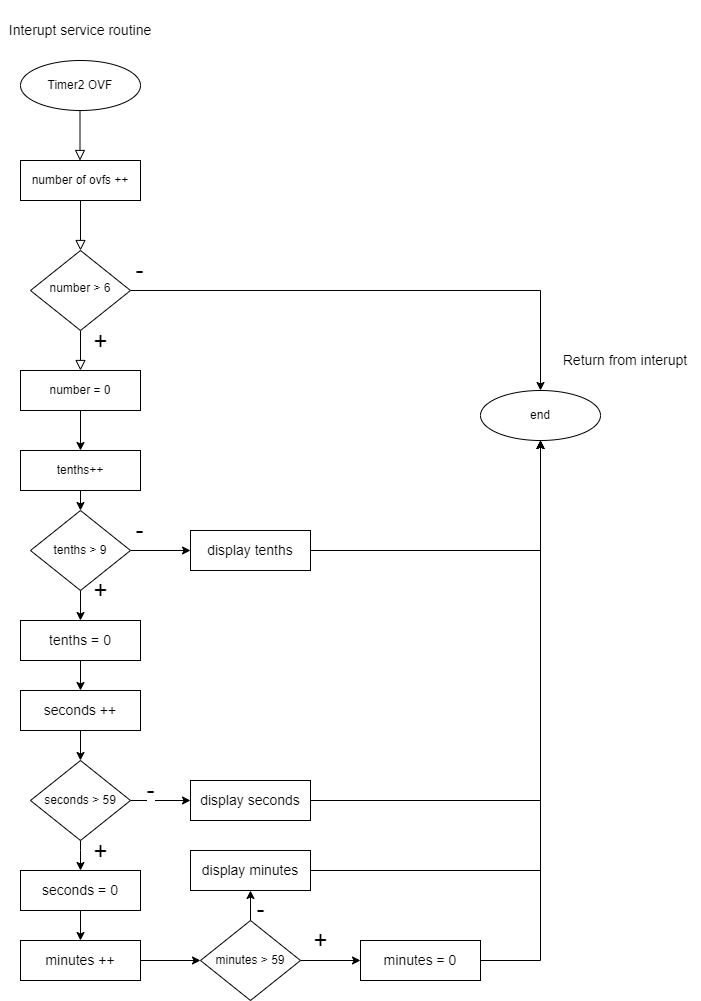
Before: lab4-lcd/test/VyvojovyDiagram.drawio.png, a diagram exported from draw.io (patrikhor/digital-electronics-2). Source tidied: cells renumbered, new cells last; positions are measured from the earlier drawing's top-left corner, leaving out a move shared by most shapes. Source of this version:
```xml
<mxGraphModel>
  <root>
    <mxCell id="0" />
    <mxCell id="1" parent="0" />
    <mxCell id="2" style="rounded=0;html=1;jettySize=auto;fontSize=11;endArrow=block;endFill=0;endSize=8;strokeWidth=1;shadow=0;labelBackgroundColor=none;edgeStyle=orthogonalEdgeStyle;" parent="1" edge="1" target="5">
      <mxGeometry relative="1" as="geometry">
        <mxPoint x="80" y="200" as="sourcePoint" />
      </mxGeometry>
    </mxCell>
    <mxCell id="3" value="&lt;font style=&quot;font-size: 24px;&quot;&gt;+&lt;/font&gt;" style="rounded=0;html=1;jettySize=auto;fontSize=11;endArrow=block;endFill=0;endSize=8;strokeWidth=1;shadow=0;labelBackgroundColor=none;edgeStyle=orthogonalEdgeStyle;" parent="1" edge="1" source="5">
      <mxGeometry x="-0.5" y="20" relative="1" as="geometry">
        <mxPoint x="80" y="370" as="targetPoint" />
      </mxGeometry>
    </mxCell>
    <mxCell id="4" value="&lt;font style=&quot;font-size: 24px;&quot;&gt;-&lt;/font&gt;" style="edgeStyle=orthogonalEdgeStyle;rounded=0;jettySize=auto;html=1;exitX=1;exitY=0.5;exitDx=0;exitDy=0;entryX=0.5;entryY=0;entryDx=0;entryDy=0;fontSize=14;" parent="1" edge="1" source="5" target="9">
      <mxGeometry x="-0.96" y="20" relative="1" as="geometry" />
    </mxCell>
    <mxCell id="5" value="number &amp;gt; 6" style="rhombus;whiteSpace=wrap;html=1;shadow=0;fontFamily=Helvetica;fontSize=12;align=center;strokeWidth=1;spacing=6;spacingTop=-4;" parent="1" vertex="1">
      <mxGeometry x="30" y="250" width="100" height="80" as="geometry" />
    </mxCell>
    <mxCell id="6" value="Timer2 OVF" style="ellipse;whiteSpace=wrap;html=1;" parent="1" vertex="1">
      <mxGeometry x="20" y="60" width="120" height="50" as="geometry" />
    </mxCell>
    <mxCell id="7" style="rounded=0;html=1;jettySize=auto;orthogonalLoop=1;fontSize=11;endArrow=block;endFill=0;endSize=8;strokeWidth=1;shadow=0;labelBackgroundColor=none;edgeStyle=orthogonalEdgeStyle;" parent="1" edge="1">
      <mxGeometry relative="1" as="geometry">
        <mxPoint x="79.5" y="110" as="sourcePoint" />
        <mxPoint x="79.5" y="160" as="targetPoint" />
      </mxGeometry>
    </mxCell>
    <mxCell id="8" value="number of ovfs ++" style="rounded=0;whiteSpace=wrap;html=1;" parent="1" vertex="1">
      <mxGeometry x="20" y="160" width="120" height="40" as="geometry" />
    </mxCell>
    <mxCell id="9" value="end" style="ellipse;whiteSpace=wrap;html=1;" parent="1" vertex="1">
      <mxGeometry x="480" y="390" width="120" height="50" as="geometry" />
    </mxCell>
    <mxCell id="10" style="edgeStyle=orthogonalEdgeStyle;rounded=0;jettySize=auto;html=1;exitX=0.5;exitY=1;exitDx=0;exitDy=0;entryX=0.5;entryY=0;entryDx=0;entryDy=0;" parent="1" edge="1" source="11" target="13">
      <mxGeometry relative="1" as="geometry" />
    </mxCell>
    <mxCell id="11" value="number = 0" style="rounded=0;whiteSpace=wrap;html=1;" parent="1" vertex="1">
      <mxGeometry x="20" y="370" width="120" height="40" as="geometry" />
    </mxCell>
    <mxCell id="12" style="edgeStyle=orthogonalEdgeStyle;rounded=0;jettySize=auto;html=1;exitX=0.5;exitY=1;exitDx=0;exitDy=0;" parent="1" edge="1" source="13">
      <mxGeometry relative="1" as="geometry">
        <mxPoint x="80" y="510" as="targetPoint" />
      </mxGeometry>
    </mxCell>
    <mxCell id="13" value="tenths++" style="rounded=0;whiteSpace=wrap;html=1;" parent="1" vertex="1">
      <mxGeometry x="20" y="450" width="120" height="40" as="geometry" />
    </mxCell>
    <mxCell id="14" value="&lt;font style=&quot;font-size: 24px;&quot;&gt;+&lt;/font&gt;" style="edgeStyle=orthogonalEdgeStyle;rounded=0;jettySize=auto;html=1;exitX=0.5;exitY=1;exitDx=0;exitDy=0;entryX=0.5;entryY=0;entryDx=0;entryDy=0;fontSize=14;" parent="1" edge="1" source="16" target="18">
      <mxGeometry x="-1" y="20" relative="1" as="geometry" />
    </mxCell>
    <mxCell id="15" value="&lt;font style=&quot;font-size: 24px;&quot;&gt;-&lt;/font&gt;" style="edgeStyle=orthogonalEdgeStyle;rounded=0;jettySize=auto;html=1;exitX=1;exitY=0.5;exitDx=0;exitDy=0;entryX=0;entryY=0.5;entryDx=0;entryDy=0;fontSize=14;" parent="1" edge="1" source="16" target="34">
      <mxGeometry x="-0.67" y="20" relative="1" as="geometry" />
    </mxCell>
    <mxCell id="16" value="tenths &amp;gt; 9" style="rhombus;whiteSpace=wrap;html=1;" parent="1" vertex="1">
      <mxGeometry x="30" y="510" width="100" height="80" as="geometry" />
    </mxCell>
    <mxCell id="17" style="edgeStyle=orthogonalEdgeStyle;rounded=0;jettySize=auto;html=1;exitX=0.5;exitY=1;exitDx=0;exitDy=0;fontSize=14;" parent="1" edge="1" source="18" target="20">
      <mxGeometry relative="1" as="geometry" />
    </mxCell>
    <mxCell id="18" value="tenths = 0" style="rounded=0;whiteSpace=wrap;html=1;fontSize=14;" parent="1" vertex="1">
      <mxGeometry x="20" y="620" width="120" height="40" as="geometry" />
    </mxCell>
    <mxCell id="19" style="edgeStyle=orthogonalEdgeStyle;rounded=0;jettySize=auto;html=1;exitX=0.5;exitY=1;exitDx=0;exitDy=0;entryX=0.5;entryY=0;entryDx=0;entryDy=0;fontSize=14;" parent="1" edge="1" source="20" target="23">
      <mxGeometry relative="1" as="geometry" />
    </mxCell>
    <mxCell id="20" value="seconds ++" style="rounded=0;whiteSpace=wrap;html=1;fontSize=14;" parent="1" vertex="1">
      <mxGeometry x="20" y="690" width="120" height="40" as="geometry" />
    </mxCell>
    <mxCell id="21" value="&lt;font style=&quot;font-size: 24px;&quot;&gt;+&lt;/font&gt;" style="edgeStyle=orthogonalEdgeStyle;rounded=0;jettySize=auto;html=1;exitX=0.5;exitY=1;exitDx=0;exitDy=0;entryX=0.5;entryY=0;entryDx=0;entryDy=0;fontSize=14;" parent="1" edge="1" source="23" target="25">
      <mxGeometry x="-0.33" y="20" relative="1" as="geometry">
        <Array as="points">
          <mxPoint x="80" y="850" />
          <mxPoint x="80" y="850" />
        </Array>
      </mxGeometry>
    </mxCell>
    <mxCell id="22" value="&lt;font style=&quot;font-size: 24px;&quot;&gt;-&lt;/font&gt;" style="edgeStyle=orthogonalEdgeStyle;rounded=0;jettySize=auto;html=1;exitX=1;exitY=0.5;exitDx=0;exitDy=0;entryX=0;entryY=0.5;entryDx=0;entryDy=0;fontSize=14;" parent="1" edge="1" source="23" target="36">
      <mxGeometry x="-0.33" y="10" relative="1" as="geometry" />
    </mxCell>
    <mxCell id="23" value="seconds &amp;gt; 59" style="rhombus;whiteSpace=wrap;html=1;" parent="1" vertex="1">
      <mxGeometry x="30" y="760" width="100" height="80" as="geometry" />
    </mxCell>
    <mxCell id="24" style="edgeStyle=orthogonalEdgeStyle;rounded=0;jettySize=auto;html=1;exitX=0.5;exitY=1;exitDx=0;exitDy=0;fontSize=14;" parent="1" edge="1" source="25" target="27">
      <mxGeometry relative="1" as="geometry" />
    </mxCell>
    <mxCell id="25" value="seconds = 0" style="rounded=0;whiteSpace=wrap;html=1;fontSize=14;" parent="1" vertex="1">
      <mxGeometry x="20" y="870" width="120" height="40" as="geometry" />
    </mxCell>
    <mxCell id="26" style="edgeStyle=orthogonalEdgeStyle;rounded=0;jettySize=auto;html=1;exitX=1;exitY=0.5;exitDx=0;exitDy=0;fontSize=14;" parent="1" edge="1" source="27">
      <mxGeometry relative="1" as="geometry">
        <mxPoint x="200" y="960" as="targetPoint" />
      </mxGeometry>
    </mxCell>
    <mxCell id="27" value="minutes ++" style="rounded=0;whiteSpace=wrap;html=1;fontSize=14;" parent="1" vertex="1">
      <mxGeometry x="20" y="940" width="120" height="40" as="geometry" />
    </mxCell>
    <mxCell id="28" value="&lt;font style=&quot;font-size: 24px;&quot;&gt;+&lt;/font&gt;" style="edgeStyle=orthogonalEdgeStyle;rounded=0;jettySize=auto;html=1;exitX=1;exitY=0.5;exitDx=0;exitDy=0;entryX=0;entryY=0.5;entryDx=0;entryDy=0;fontSize=14;" parent="1" edge="1" source="30" target="32">
      <mxGeometry x="-0.33" y="20" relative="1" as="geometry" />
    </mxCell>
    <mxCell id="29" value="&lt;font style=&quot;font-size: 24px;&quot;&gt;-&lt;/font&gt;" style="edgeStyle=orthogonalEdgeStyle;rounded=0;jettySize=auto;html=1;exitX=0.5;exitY=0;exitDx=0;exitDy=0;entryX=0.5;entryY=1;entryDx=0;entryDy=0;fontSize=14;" parent="1" edge="1" source="30" target="38">
      <mxGeometry x="-0.33" y="-10" relative="1" as="geometry" />
    </mxCell>
    <mxCell id="30" value="minutes &amp;gt; 59" style="rhombus;whiteSpace=wrap;html=1;" parent="1" vertex="1">
      <mxGeometry x="200" y="920" width="100" height="80" as="geometry" />
    </mxCell>
    <mxCell id="31" style="edgeStyle=orthogonalEdgeStyle;rounded=0;jettySize=auto;html=1;exitX=1;exitY=0.5;exitDx=0;exitDy=0;entryX=0.5;entryY=1;entryDx=0;entryDy=0;fontSize=14;" parent="1" edge="1" source="32" target="9">
      <mxGeometry relative="1" as="geometry" />
    </mxCell>
    <mxCell id="32" value="minutes = 0" style="rounded=0;whiteSpace=wrap;html=1;fontSize=14;" parent="1" vertex="1">
      <mxGeometry x="360" y="940" width="120" height="40" as="geometry" />
    </mxCell>
    <mxCell id="33" style="edgeStyle=orthogonalEdgeStyle;rounded=0;jettySize=auto;html=1;exitX=1;exitY=0.5;exitDx=0;exitDy=0;entryX=0.5;entryY=1;entryDx=0;entryDy=0;fontSize=14;" parent="1" edge="1" source="34" target="9">
      <mxGeometry relative="1" as="geometry" />
    </mxCell>
    <mxCell id="34" value="display tenths" style="rounded=0;whiteSpace=wrap;html=1;fontSize=14;" parent="1" vertex="1">
      <mxGeometry x="190" y="530" width="120" height="40" as="geometry" />
    </mxCell>
    <mxCell id="35" style="edgeStyle=orthogonalEdgeStyle;rounded=0;jettySize=auto;html=1;exitX=1;exitY=0.5;exitDx=0;exitDy=0;entryX=0.5;entryY=1;entryDx=0;entryDy=0;fontSize=14;" parent="1" edge="1" source="36" target="9">
      <mxGeometry relative="1" as="geometry" />
    </mxCell>
    <mxCell id="36" value="display seconds" style="rounded=0;whiteSpace=wrap;html=1;fontSize=14;" parent="1" vertex="1">
      <mxGeometry x="190" y="780" width="120" height="40" as="geometry" />
    </mxCell>
    <mxCell id="37" style="edgeStyle=orthogonalEdgeStyle;rounded=0;jettySize=auto;html=1;exitX=1;exitY=0.5;exitDx=0;exitDy=0;entryX=0.5;entryY=1;entryDx=0;entryDy=0;fontSize=14;" parent="1" edge="1" source="38" target="9">
      <mxGeometry relative="1" as="geometry" />
    </mxCell>
    <mxCell id="38" value="display minutes" style="rounded=0;whiteSpace=wrap;html=1;fontSize=14;" parent="1" vertex="1">
      <mxGeometry x="190" y="850" width="120" height="40" as="geometry" />
    </mxCell>
    <mxCell id="39" value="Interupt service routine" style="text;html=1;strokeColor=none;fillColor=none;align=center;verticalAlign=middle;whiteSpace=wrap;rounded=0;fontSize=14;" parent="1" vertex="1">
      <mxGeometry width="160" height="60" as="geometry" />
    </mxCell>
    <mxCell id="40" value="Return from interupt" style="text;html=1;strokeColor=none;fillColor=none;align=center;verticalAlign=middle;whiteSpace=wrap;rounded=0;fontSize=14;" parent="1" vertex="1">
      <mxGeometry x="550" y="350" width="150" height="20" as="geometry" />
    </mxCell>
  </root>
</mxGraphModel>
```
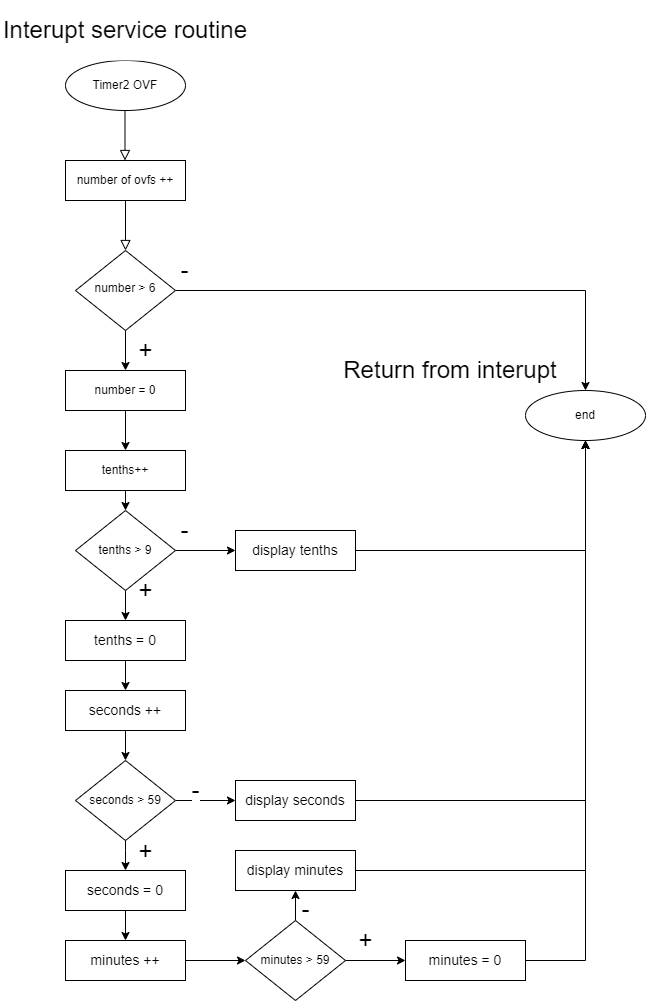
After the change.

The edit, as a diff of the source:
```diff
@@ -7,14 +7,12 @@
         <mxPoint x="80" y="200" as="sourcePoint" />
       </mxGeometry>
     </mxCell>
+    <mxCell id="4" value="&lt;font style=&quot;font-size: 24px;&quot;&gt;-&lt;/font&gt;" style="edgeStyle=orthogonalEdgeStyle;rounded=0;jettySize=auto;html=1;exitX=1;exitY=0.5;exitDx=0;exitDy=0;entryX=0.5;entryY=0;entryDx=0;entryDy=0;fontSize=14;" parent="1" edge="1" source="5" target="9">
+      <mxGeometry x="-0.96" y="20" relative="1" as="geometry" />
+    </mxCell>
-    <mxCell id="3" value="&lt;font style=&quot;font-size: 24px;&quot;&gt;+&lt;/font&gt;" style="rounded=0;html=1;jettySize=auto;fontSize=11;endArrow=block;endFill=0;endSize=8;strokeWidth=1;shadow=0;labelBackgroundColor=none;edgeStyle=orthogonalEdgeStyle;" parent="1" edge="1" source="5">
-      <mxGeometry x="-0.5" y="20" relative="1" as="geometry">
-        <mxPoint x="80" y="370" as="targetPoint" />
-      </mxGeometry>
+    <mxCell id="3" value="+" style="edgeStyle=orthogonalEdgeStyle;rounded=0;jettySize=auto;html=1;exitX=0.5;exitY=1;exitDx=0;exitDy=0;entryX=0.5;entryY=0;entryDx=0;entryDy=0;fontSize=24;" parent="1" edge="1" source="5" target="11">
+      <mxGeometry y="20" relative="1" as="geometry" />
     </mxCell>
-    <mxCell id="4" value="&lt;font style=&quot;font-size: 24px;&quot;&gt;-&lt;/font&gt;" style="edgeStyle=orthogonalEdgeStyle;rounded=0;jettySize=auto;html=1;exitX=1;exitY=0.5;exitDx=0;exitDy=0;entryX=0.5;entryY=0;entryDx=0;entryDy=0;fontSize=14;" parent="1" edge="1" source="5" target="9">
-      <mxGeometry x="-0.96" y="20" relative="1" as="geometry" />
-    </mxCell>
     <mxCell id="5" value="number &amp;gt; 6" style="rhombus;whiteSpace=wrap;html=1;shadow=0;fontFamily=Helvetica;fontSize=12;align=center;strokeWidth=1;spacing=6;spacingTop=-4;" parent="1" vertex="1">
       <mxGeometry x="30" y="250" width="100" height="80" as="geometry" />
     </mxCell>
@@ -129,11 +127,11 @@
     <mxCell id="38" value="display minutes" style="rounded=0;whiteSpace=wrap;html=1;fontSize=14;" parent="1" vertex="1">
       <mxGeometry x="190" y="850" width="120" height="40" as="geometry" />
     </mxCell>
-    <mxCell id="39" value="Interupt service routine" style="text;html=1;strokeColor=none;fillColor=none;align=center;verticalAlign=middle;whiteSpace=wrap;rounded=0;fontSize=14;" parent="1" vertex="1">
-      <mxGeometry width="160" height="60" as="geometry" />
+    <mxCell id="39" value="&lt;font style=&quot;font-size: 24px;&quot;&gt;Interupt service routine&lt;/font&gt;" style="text;html=1;strokeColor=none;fillColor=#FFFFFF;align=center;verticalAlign=middle;whiteSpace=wrap;rounded=0;fontSize=14;" parent="1" vertex="1">
+      <mxGeometry x="-45" width="250" height="60" as="geometry" />
     </mxCell>
-    <mxCell id="40" value="Return from interupt" style="text;html=1;strokeColor=none;fillColor=none;align=center;verticalAlign=middle;whiteSpace=wrap;rounded=0;fontSize=14;" parent="1" vertex="1">
-      <mxGeometry x="550" y="350" width="150" height="20" as="geometry" />
+    <mxCell id="40" value="&lt;font style=&quot;font-size: 24px;&quot;&gt;Return from interupt&lt;/font&gt;" style="text;html=1;strokeColor=none;fillColor=#FFFFFF;align=center;verticalAlign=middle;whiteSpace=wrap;rounded=0;fontSize=14;" parent="1" vertex="1">
+      <mxGeometry x="280" y="360" width="250" height="20" as="geometry" />
     </mxCell>
   </root>
 </mxGraphModel>
```
